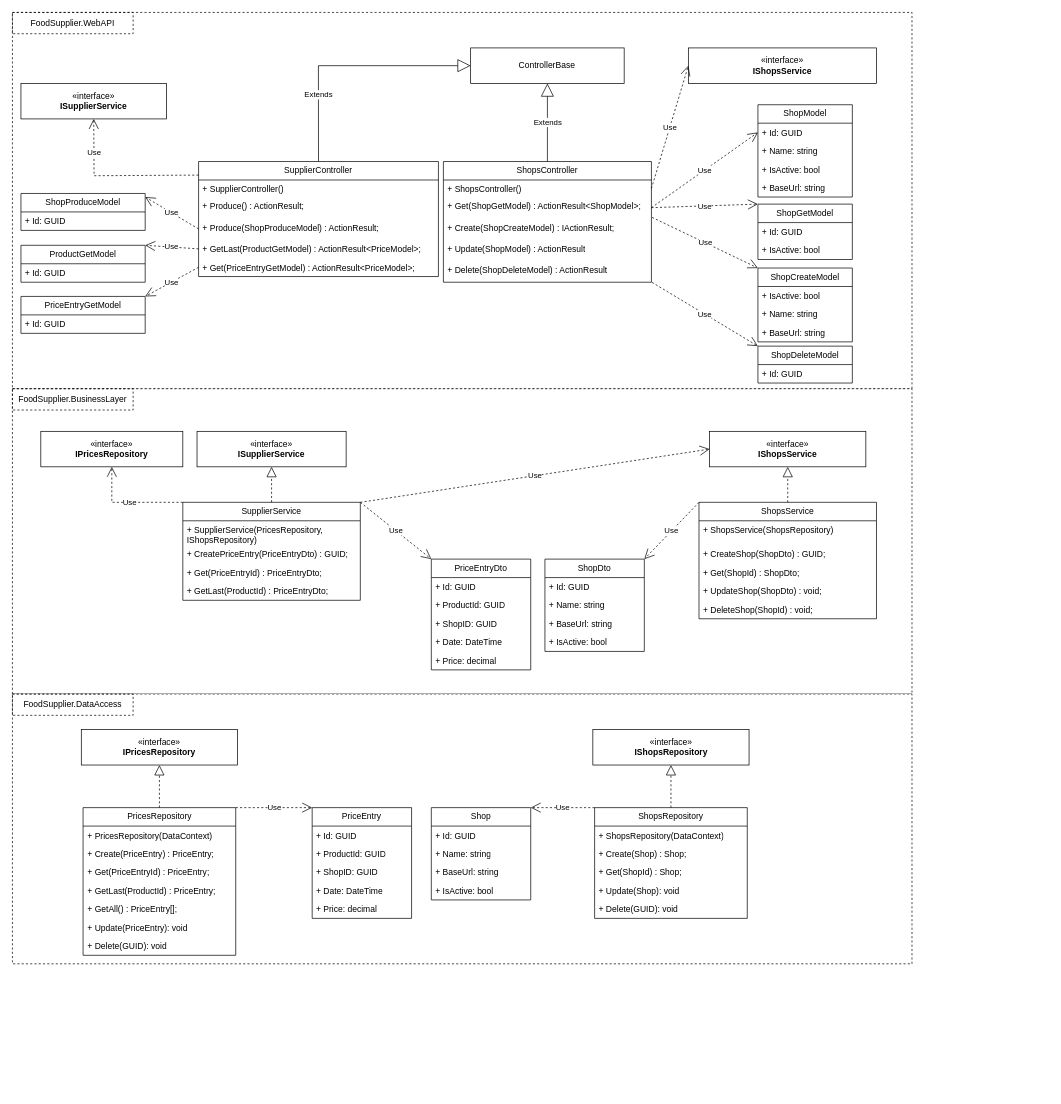
Above: docs/diagrams/supplier_classes.drawio in otusroom5/food-manager (draw.io), before the change. Source tidied: cells renumbered, new cells numbered last; positions are measured from the earlier drawing's top-left corner, leaving out a move shared by most shapes. Both pictures are drawn from the tidied source at 71%, with x=0, y=0 at pixel (12, 12).
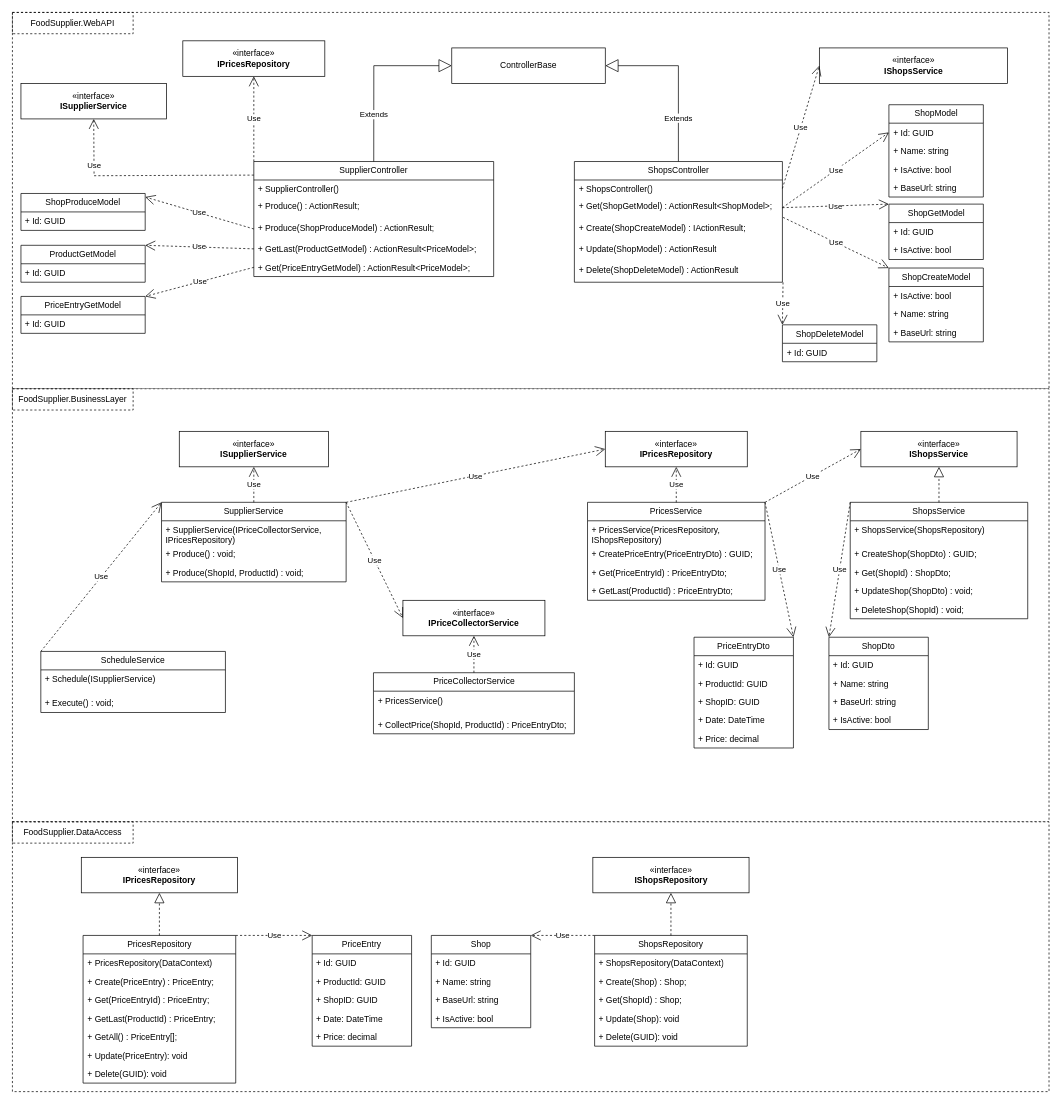
After the change.

Commit message:
update supplier diag

Unchanged cells that the change refers to:
```xml
<mxCell id="47" value="«interface»&lt;br&gt;&lt;b&gt;ISupplierService&lt;/b&gt;" style="html=1;whiteSpace=wrap;" parent="1" vertex="1">
  <mxGeometry x="12" y="100" width="205" height="50" as="geometry" />
</mxCell>
```

What changed in the source:
```diff
@@
     <mxCell id="2" style="rounded=0;whiteSpace=wrap;html=1;dashed=1;" parent="1" vertex="1">
-      <mxGeometry width="1267" height="530" as="geometry" />
+      <mxGeometry width="1460" height="530" as="geometry" />
     </mxCell>
     <mxCell id="3" style="rounded=0;whiteSpace=wrap;html=1;dashed=1;" parent="1" vertex="1">
-      <mxGeometry y="530" width="1267" height="430" as="geometry" />
+      <mxGeometry y="530" width="1460" height="610" as="geometry" />
     </mxCell>
     <mxCell id="4" style="rounded=0;whiteSpace=wrap;html=1;dashed=1;" parent="1" vertex="1">
-      <mxGeometry y="960" width="1267" height="380" as="geometry" />
+      <mxGeometry y="1140" width="1460" height="380" as="geometry" />
     </mxCell>
@@
     <mxCell id="6" value="FoodSupplier.DataAccess" style="text;html=1;strokeColor=default;fillColor=none;align=center;verticalAlign=middle;whiteSpace=wrap;rounded=0;dashed=1;" parent="1" vertex="1">
-      <mxGeometry y="960" width="170" height="30" as="geometry" />
+      <mxGeometry y="1140" width="170" height="30" as="geometry" />
     </mxCell>
     <mxCell id="7" value="PricesRepository" style="swimlane;fontStyle=0;horizontal=1;startSize=26;fillColor=none;whiteSpace=wrap;html=1;" parent="1" vertex="1">
-      <mxGeometry x="99.5" y="1120" width="215" height="208" as="geometry" />
+      <mxGeometry x="99.5" y="1300" width="215" height="208" as="geometry" />
     </mxCell>
@@
     <mxCell id="15" value="«interface»&lt;br&gt;&lt;b&gt;IPricesRepository&lt;/b&gt;" style="html=1;whiteSpace=wrap;" parent="1" vertex="1">
-      <mxGeometry x="97" y="1010" width="220" height="50" as="geometry" />
+      <mxGeometry x="97" y="1190" width="220" height="50" as="geometry" />
     </mxCell>
@@
     <mxCell id="17" value="Shop" style="swimlane;fontStyle=0;horizontal=1;startSize=26;fillColor=none;whiteSpace=wrap;html=1;" parent="1" vertex="1">
-      <mxGeometry x="590" y="1120" width="140" height="130" as="geometry" />
+      <mxGeometry x="590" y="1300" width="140" height="130" as="geometry" />
     </mxCell>
@@
     <mxCell id="24" value="ShopsController" style="swimlane;fontStyle=0;horizontal=1;startSize=26;fillColor=none;whiteSpace=wrap;html=1;" parent="1" vertex="1">
-      <mxGeometry x="607" y="210" width="293" height="170" as="geometry" />
+      <mxGeometry x="791.5" y="210" width="293" height="170" as="geometry" />
     </mxCell>
@@
-    <mxCell id="30" value="Extends" style="endArrow=block;endSize=16;endFill=0;html=1;rounded=0;entryX=0.5;entryY=1;entryDx=0;entryDy=0;" parent="1" edge="1" source="24" target="31">
-      <mxGeometry relative="1" as="geometry" />
+    <mxCell id="30" value="Extends" style="endArrow=block;endSize=16;endFill=0;html=1;rounded=0;entryX=1;entryY=0.5;entryDx=0;entryDy=0;" parent="1" edge="1" source="24" target="31">
+      <mxGeometry x="-0.5" relative="1" as="geometry">
+        <Array as="points">
+          <mxPoint x="938" y="75" />
+        </Array>
+        <mxPoint y="-1" as="offset" />
+      </mxGeometry>
     </mxCell>
     <mxCell id="31" value="ControllerBase" style="html=1;whiteSpace=wrap;" parent="1" vertex="1">
-      <mxGeometry x="645.4" y="50" width="216.2" height="50" as="geometry" />
+      <mxGeometry x="618.8" y="50" width="216.2" height="50" as="geometry" />
     </mxCell>
     <mxCell id="32" value="«interface»&lt;br&gt;&lt;b&gt;IShopsService&lt;/b&gt;" style="html=1;whiteSpace=wrap;" parent="1" vertex="1">
-      <mxGeometry x="952" y="50" width="265" height="50" as="geometry" />
+      <mxGeometry x="1136.5" y="50" width="265" height="50" as="geometry" />
     </mxCell>
@@
     <mxCell id="34" value="ShopModel" style="swimlane;fontStyle=0;horizontal=1;startSize=26;fillColor=none;whiteSpace=wrap;html=1;" parent="1" vertex="1">
-      <mxGeometry x="1050" y="130" width="133" height="130" as="geometry" />
+      <mxGeometry x="1234.5" y="130" width="133" height="130" as="geometry" />
     </mxCell>
@@
     <mxCell id="40" value="SupplierController" style="swimlane;fontStyle=0;horizontal=1;startSize=26;fillColor=none;whiteSpace=wrap;html=1;" parent="1" vertex="1">
-      <mxGeometry x="262.2" y="210" width="337.8" height="162" as="geometry" />
+      <mxGeometry x="340" y="210" width="337.8" height="162" as="geometry" />
     </mxCell>
@@
     <mxCell id="46" value="Extends" style="endArrow=block;endSize=16;endFill=0;html=1;rounded=0;entryX=0;entryY=0.5;entryDx=0;entryDy=0;exitX=0.5;exitY=0;exitDx=0;exitDy=0;" parent="1" edge="1" source="40" target="31">
       <mxGeometry x="-0.46" relative="1" as="geometry">
         <Array as="points">
-          <mxPoint x="431" y="75" />
+          <mxPoint x="509" y="75" />
         </Array>
       </mxGeometry>
     </mxCell>
@@
     <mxCell id="48" value="Use" style="endArrow=open;endSize=12;dashed=1;html=1;rounded=0;entryX=0.5;entryY=1;entryDx=0;entryDy=0;exitX=0;exitY=0.118;exitDx=0;exitDy=0;exitPerimeter=0;" parent="1" edge="1" source="40" target="47">
-      <mxGeometry x="0.58" relative="1" as="geometry">
+      <mxGeometry x="0.57" relative="1" as="geometry">
         <Array as="points">
           <mxPoint x="115" y="230" />
         </Array>
       </mxGeometry>
     </mxCell>
@@
     <mxCell id="52" value="PriceEntry" style="swimlane;fontStyle=0;horizontal=1;startSize=26;fillColor=none;whiteSpace=wrap;html=1;" parent="1" vertex="1">
-      <mxGeometry x="422.2" y="1120" width="140" height="156" as="geometry" />
+      <mxGeometry x="422.2" y="1300" width="140" height="156" as="geometry" />
     </mxCell>
@@
-    <mxCell id="59" value="SupplierService" style="swimlane;fontStyle=0;horizontal=1;startSize=26;fillColor=none;whiteSpace=wrap;html=1;" parent="1" vertex="1">
-      <mxGeometry x="240" y="690" width="250" height="138" as="geometry" />
+    <mxCell id="59" value="PricesService" style="swimlane;fontStyle=0;horizontal=1;startSize=26;fillColor=none;whiteSpace=wrap;html=1;" parent="1" vertex="1">
+      <mxGeometry x="810" y="690" width="250" height="138" as="geometry" />
     </mxCell>
-    <mxCell id="60" value="&lt;div style=&quot;&quot;&gt;+&amp;nbsp;SupplierService(PricesRepository, IShopsRepository)&lt;/div&gt;" style="text;strokeColor=none;fillColor=none;align=left;verticalAlign=top;spacingLeft=4;spacingRight=4;overflow=hidden;whiteSpace=wrap;html=1;" parent="59" vertex="1">
+    <mxCell id="60" value="&lt;div style=&quot;&quot;&gt;+&amp;nbsp;PricesService(PricesRepository, IShopsRepository)&lt;/div&gt;" style="text;strokeColor=none;fillColor=none;align=left;verticalAlign=top;spacingLeft=4;spacingRight=4;overflow=hidden;whiteSpace=wrap;html=1;" parent="59" vertex="1">
       <mxGeometry y="26" width="250" height="34" as="geometry" />
     </mxCell>
@@
     <mxCell id="64" value="PriceEntryDto" style="swimlane;fontStyle=0;horizontal=1;startSize=26;fillColor=none;whiteSpace=wrap;html=1;" parent="1" vertex="1">
-      <mxGeometry x="590" y="770" width="140" height="156" as="geometry" />
+      <mxGeometry x="960" y="880" width="140" height="156" as="geometry" />
     </mxCell>
@@
-    <mxCell id="70" value="Use" style="endArrow=open;endSize=12;dashed=1;html=1;rounded=0;entryX=0;entryY=0;entryDx=0;entryDy=0;exitX=1;exitY=0;exitDx=0;exitDy=0;" parent="1" edge="1" source="59" target="64">
+    <mxCell id="70" value="Use" style="endArrow=open;endSize=12;dashed=1;html=1;rounded=0;entryX=1;entryY=0;entryDx=0;entryDy=0;exitX=1;exitY=0;exitDx=0;exitDy=0;" parent="1" edge="1" source="59" target="64">
       <mxGeometry relative="1" as="geometry" />
     </mxCell>
     <mxCell id="71" value="«interface»&lt;br&gt;&lt;b&gt;ISupplierService&lt;/b&gt;" style="html=1;whiteSpace=wrap;" parent="1" vertex="1">
-      <mxGeometry x="260" y="590" width="210" height="50" as="geometry" />
+      <mxGeometry x="235" y="590" width="210" height="50" as="geometry" />
     </mxCell>
-    <mxCell id="72" style="endArrow=block;dashed=1;endFill=0;endSize=12;html=1;rounded=0;entryX=0.5;entryY=1;entryDx=0;entryDy=0;exitX=0.5;exitY=0;exitDx=0;exitDy=0;" parent="1" edge="1" source="59" target="71">
-      <mxGeometry relative="1" as="geometry" />
-    </mxCell>
     <mxCell id="73" value="«interface»&lt;br&gt;&lt;b&gt;IPricesRepository&lt;/b&gt;" style="html=1;whiteSpace=wrap;" parent="1" vertex="1">
-      <mxGeometry x="40" y="590" width="200" height="50" as="geometry" />
+      <mxGeometry x="835" y="590" width="200" height="50" as="geometry" />
     </mxCell>
-    <mxCell id="74" value="Use" style="endArrow=open;endSize=12;dashed=1;html=1;rounded=0;entryX=0.5;entryY=1;entryDx=0;entryDy=0;exitX=0;exitY=0;exitDx=0;exitDy=0;" parent="1" edge="1" source="59" target="73">
-      <mxGeometry relative="1" as="geometry">
-        <Array as="points">
-          <mxPoint x="140" y="690" />
-        </Array>
-      </mxGeometry>
+    <mxCell id="74" value="Use" style="endArrow=open;endSize=12;dashed=1;html=1;rounded=0;entryX=0.5;entryY=1;entryDx=0;entryDy=0;exitX=0.5;exitY=0;exitDx=0;exitDy=0;" parent="1" edge="1" source="59" target="73">
+      <mxGeometry relative="1" as="geometry" />
     </mxCell>
     <mxCell id="75" value="ShopsRepository" style="swimlane;fontStyle=0;horizontal=1;startSize=26;fillColor=none;whiteSpace=wrap;html=1;" parent="1" vertex="1">
-      <mxGeometry x="820" y="1120" width="215" height="156" as="geometry" />
+      <mxGeometry x="820" y="1300" width="215" height="156" as="geometry" />
     </mxCell>
@@
     <mxCell id="81" value="«interface»&lt;br&gt;&lt;b&gt;IShopsRepository&lt;/b&gt;" style="html=1;whiteSpace=wrap;" parent="1" vertex="1">
-      <mxGeometry x="817.5" y="1010" width="220" height="50" as="geometry" />
+      <mxGeometry x="817.5" y="1190" width="220" height="50" as="geometry" />
     </mxCell>
@@
     <mxCell id="83" value="ShopsService" style="swimlane;fontStyle=0;horizontal=1;startSize=26;fillColor=none;whiteSpace=wrap;html=1;" parent="1" vertex="1">
-      <mxGeometry x="967" y="690" width="250" height="164" as="geometry" />
+      <mxGeometry x="1180" y="690" width="250" height="164" as="geometry" />
     </mxCell>
@@
     <mxCell id="89" value="«interface»&lt;br&gt;&lt;b&gt;IShopsService&lt;/b&gt;" style="html=1;whiteSpace=wrap;" parent="1" vertex="1">
-      <mxGeometry x="982" y="590" width="220" height="50" as="geometry" />
+      <mxGeometry x="1195" y="590" width="220" height="50" as="geometry" />
     </mxCell>
@@
     <mxCell id="92" value="ShopDto" style="swimlane;fontStyle=0;horizontal=1;startSize=26;fillColor=none;whiteSpace=wrap;html=1;" parent="1" vertex="1">
-      <mxGeometry x="750" y="770" width="140" height="130" as="geometry" />
+      <mxGeometry x="1150" y="880" width="140" height="130" as="geometry" />
     </mxCell>
@@
-    <mxCell id="97" value="Use" style="endArrow=open;endSize=12;dashed=1;html=1;rounded=0;entryX=1;entryY=0;entryDx=0;entryDy=0;exitX=0;exitY=0;exitDx=0;exitDy=0;" parent="1" edge="1" source="83" target="92">
+    <mxCell id="97" value="Use" style="endArrow=open;endSize=12;dashed=1;html=1;rounded=0;entryX=0;entryY=0;entryDx=0;entryDy=0;exitX=0;exitY=0;exitDx=0;exitDy=0;" parent="1" edge="1" source="83" target="92">
       <mxGeometry relative="1" as="geometry" />
     </mxCell>
     <mxCell id="98" value="ShopGetModel" style="swimlane;fontStyle=0;horizontal=1;startSize=26;fillColor=none;whiteSpace=wrap;html=1;" parent="1" vertex="1">
-      <mxGeometry x="1050" y="270" width="133" height="78" as="geometry" />
+      <mxGeometry x="1234.5" y="270" width="133" height="78" as="geometry" />
     </mxCell>
@@
     <mxCell id="101" value="ShopCreateModel" style="swimlane;fontStyle=0;horizontal=1;startSize=26;fillColor=none;whiteSpace=wrap;html=1;" parent="1" vertex="1">
-      <mxGeometry x="1050" y="360" width="133" height="104" as="geometry" />
+      <mxGeometry x="1234.5" y="360" width="133" height="104" as="geometry" />
     </mxCell>
@@
     <mxCell id="105" value="ShopDeleteModel" style="swimlane;fontStyle=0;horizontal=1;startSize=26;fillColor=none;whiteSpace=wrap;html=1;" parent="1" vertex="1">
-      <mxGeometry x="1050" y="470" width="133" height="52" as="geometry" />
+      <mxGeometry x="1084.5" y="440" width="133" height="52" as="geometry" />
     </mxCell>
@@
+    <mxCell id="116" value="SupplierService" style="swimlane;fontStyle=0;horizontal=1;startSize=26;fillColor=none;whiteSpace=wrap;html=1;" parent="1" vertex="1">
+      <mxGeometry x="210" y="690" width="260" height="112" as="geometry" />
+    </mxCell>
+    <mxCell id="117" value="&lt;div style=&quot;&quot;&gt;+&amp;nbsp;SupplierService(&lt;span style=&quot;background-color: initial; text-align: center;&quot;&gt;IPriceCollectorService,&amp;nbsp;&lt;/span&gt;&lt;/div&gt;&lt;div style=&quot;&quot;&gt;&lt;span style=&quot;background-color: initial;&quot;&gt;IPricesRepository&lt;/span&gt;&lt;span style=&quot;background-color: initial;&quot;&gt;)&lt;/span&gt;&lt;/div&gt;" style="text;strokeColor=none;fillColor=none;align=left;verticalAlign=top;spacingLeft=4;spacingRight=4;overflow=hidden;whiteSpace=wrap;html=1;" parent="116" vertex="1">
+      <mxGeometry y="26" width="260" height="34" as="geometry" />
+    </mxCell>
+    <mxCell id="118" value="+ Produce() : void;" style="text;strokeColor=none;fillColor=none;align=left;verticalAlign=top;spacingLeft=4;spacingRight=4;overflow=hidden;whiteSpace=wrap;html=1;" parent="116" vertex="1">
+      <mxGeometry y="60" width="260" height="26" as="geometry" />
+    </mxCell>
+    <mxCell id="119" value="+ Produce(ShopId, ProductId) : void;" style="text;strokeColor=none;fillColor=none;align=left;verticalAlign=top;spacingLeft=4;spacingRight=4;overflow=hidden;whiteSpace=wrap;html=1;" parent="116" vertex="1">
+      <mxGeometry y="86" width="260" height="26" as="geometry" />
+    </mxCell>
+    <mxCell id="120" value="Use" style="endArrow=open;endSize=12;dashed=1;html=1;rounded=0;entryX=0.5;entryY=1;entryDx=0;entryDy=0;exitX=0.5;exitY=0;exitDx=0;exitDy=0;" parent="1" edge="1" source="116" target="71">
+      <mxGeometry relative="1" as="geometry" />
+    </mxCell>
+    <mxCell id="121" value="Use" style="endArrow=open;endSize=12;dashed=1;html=1;rounded=0;entryX=0;entryY=0.5;entryDx=0;entryDy=0;exitX=1;exitY=0;exitDx=0;exitDy=0;" parent="1" edge="1" source="116" target="73">
+      <mxGeometry relative="1" as="geometry" />
+    </mxCell>
+    <mxCell id="122" value="«interface»&lt;br&gt;&lt;b&gt;IPricesRepository&lt;/b&gt;" style="html=1;whiteSpace=wrap;" parent="1" vertex="1">
+      <mxGeometry x="240" y="40" width="200" height="50" as="geometry" />
+    </mxCell>
+    <mxCell id="123" value="Use" style="endArrow=open;endSize=12;dashed=1;html=1;rounded=0;entryX=0.5;entryY=1;entryDx=0;entryDy=0;exitX=0;exitY=0;exitDx=0;exitDy=0;" parent="1" edge="1" source="40" target="122">
+      <mxGeometry relative="1" as="geometry" />
+    </mxCell>
+    <mxCell id="124" value="ScheduleService" style="swimlane;fontStyle=0;horizontal=1;startSize=26;fillColor=none;whiteSpace=wrap;html=1;" parent="1" vertex="1">
+      <mxGeometry x="40" y="900" width="260" height="86" as="geometry" />
+    </mxCell>
+    <mxCell id="125" value="&lt;div style=&quot;&quot;&gt;+&amp;nbsp;&lt;span style=&quot;text-align: center;&quot;&gt;Schedule&lt;/span&gt;(&lt;span style=&quot;text-align: center;&quot;&gt;ISupplierService&lt;/span&gt;&lt;span style=&quot;background-color: initial;&quot;&gt;)&lt;/span&gt;&lt;/div&gt;" style="text;strokeColor=none;fillColor=none;align=left;verticalAlign=top;spacingLeft=4;spacingRight=4;overflow=hidden;whiteSpace=wrap;html=1;" parent="124" vertex="1">
+      <mxGeometry y="26" width="260" height="34" as="geometry" />
+    </mxCell>
+    <mxCell id="126" value="+ Execute() : void;" style="text;strokeColor=none;fillColor=none;align=left;verticalAlign=top;spacingLeft=4;spacingRight=4;overflow=hidden;whiteSpace=wrap;html=1;" parent="124" vertex="1">
+      <mxGeometry y="60" width="260" height="26" as="geometry" />
+    </mxCell>
+    <mxCell id="127" value="Use" style="endArrow=open;endSize=12;dashed=1;html=1;rounded=0;entryX=0;entryY=0;entryDx=0;entryDy=0;exitX=0;exitY=0;exitDx=0;exitDy=0;" parent="1" edge="1" source="124" target="116">
+      <mxGeometry relative="1" as="geometry" />
+    </mxCell>
+    <mxCell id="128" value="PriceCollectorService" style="swimlane;fontStyle=0;horizontal=1;startSize=26;fillColor=none;whiteSpace=wrap;html=1;" parent="1" vertex="1">
+      <mxGeometry x="508.5" y="930" width="283" height="86" as="geometry" />
+    </mxCell>
+    <mxCell id="129" value="&lt;div style=&quot;&quot;&gt;+&amp;nbsp;PricesService()&lt;/div&gt;" style="text;strokeColor=none;fillColor=none;align=left;verticalAlign=top;spacingLeft=4;spacingRight=4;overflow=hidden;whiteSpace=wrap;html=1;" parent="128" vertex="1">
+      <mxGeometry y="26" width="283" height="34" as="geometry" />
+    </mxCell>
+    <mxCell id="130" value="+ CollectPrice(ShopId, ProductId)&amp;nbsp;: PriceEntryDto;" style="text;strokeColor=none;fillColor=none;align=left;verticalAlign=top;spacingLeft=4;spacingRight=4;overflow=hidden;whiteSpace=wrap;html=1;" parent="128" vertex="1">
+      <mxGeometry y="60" width="283" height="26" as="geometry" />
+    </mxCell>
+    <mxCell id="131" value="«interface»&lt;br&gt;&lt;b&gt;IPriceCollectorService&lt;/b&gt;" style="html=1;whiteSpace=wrap;" parent="1" vertex="1">
+      <mxGeometry x="550" y="828" width="200" height="50" as="geometry" />
+    </mxCell>
+    <mxCell id="132" value="Use" style="endArrow=open;endSize=12;dashed=1;html=1;rounded=0;entryX=0.5;entryY=1;entryDx=0;entryDy=0;exitX=0.5;exitY=0;exitDx=0;exitDy=0;" parent="1" edge="1" source="128" target="131">
+      <mxGeometry relative="1" as="geometry" />
+    </mxCell>
+    <mxCell id="133" value="Use" style="endArrow=open;endSize=12;dashed=1;html=1;rounded=0;entryX=0;entryY=0.5;entryDx=0;entryDy=0;exitX=1;exitY=0;exitDx=0;exitDy=0;" parent="1" edge="1" source="116" target="131">
+      <mxGeometry relative="1" as="geometry" />
+    </mxCell>
```
